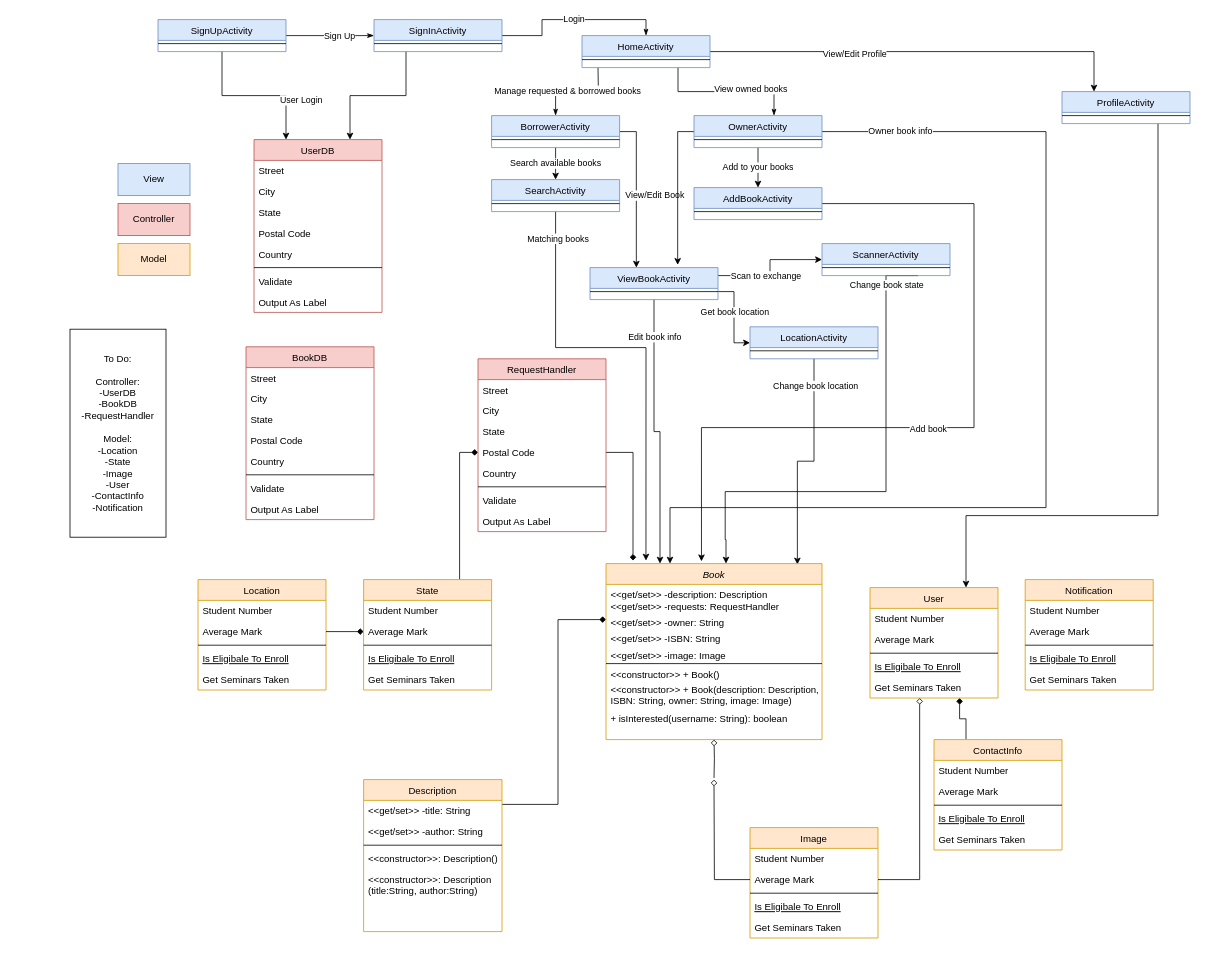
This is doc/BookerUML.drawio from CMPUT301F20T39/Booker, a draw.io file, before an edit. Source tidied: cells renumbered, new cells numbered last; positions are measured from the earlier drawing's top-left corner, leaving out a move shared by most shapes. Both pictures are drawn from the tidied source at 80%, with x=0, y=0 at pixel (70, 19).
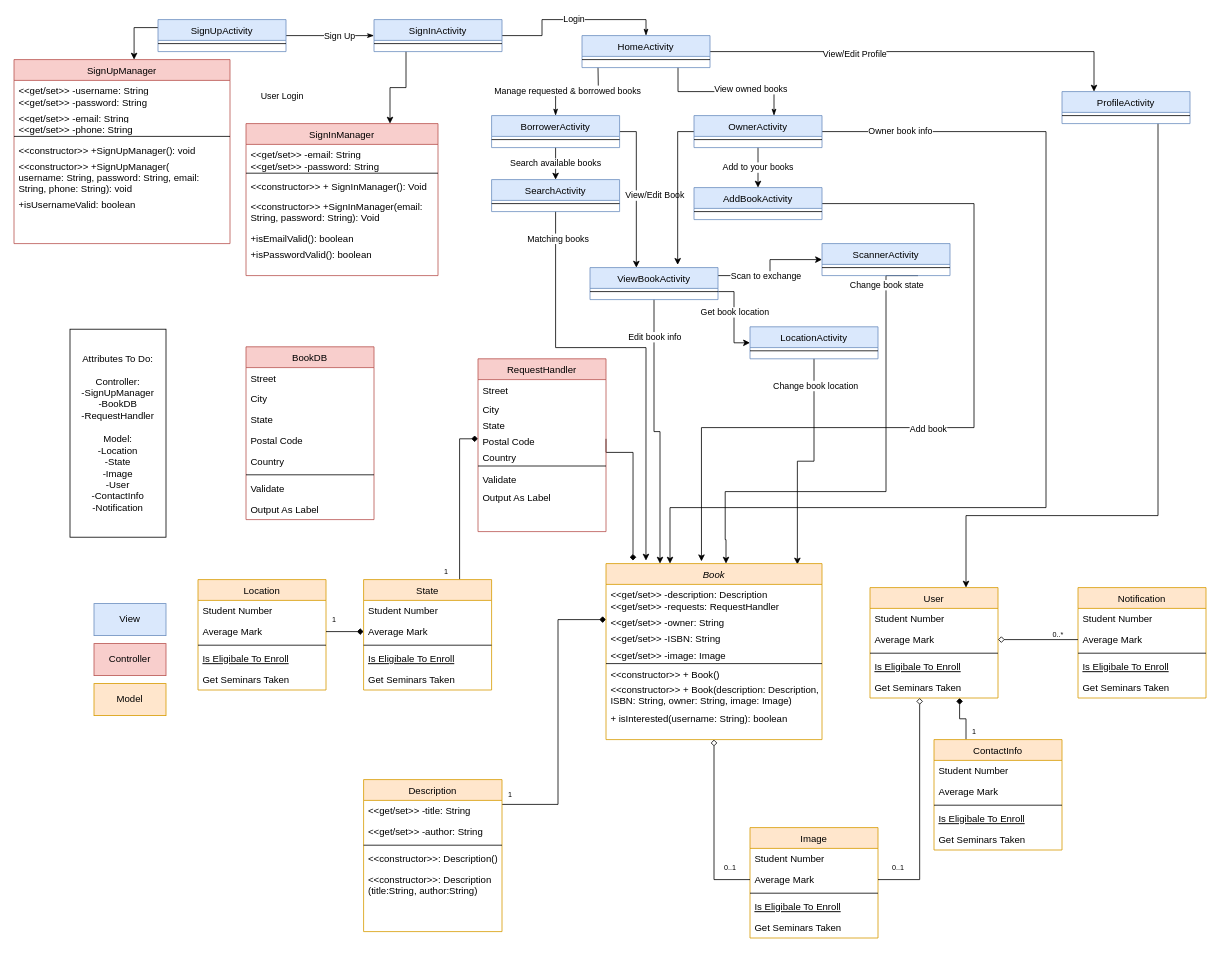
After the change.

The change refers to these unchanged cells:
```xml
<mxCell id="19" value="RequestHandler" style="swimlane;fontStyle=0;align=center;verticalAlign=top;horizontal=1;startSize=26;rounded=0;shadow=0;strokeWidth=1;fillColor=#f8cecc;strokeColor=#b85450;" parent="1" vertex="1">
  <mxGeometry x="510" y="424" width="160" height="216" as="geometry" />
</mxCell>
<mxCell id="52" value="SignUpActivity" style="swimlane;fontStyle=0;align=center;verticalAlign=top;horizontal=1;startSize=26;rounded=0;shadow=0;strokeWidth=1;fillColor=#dae8fc;strokeColor=#6c8ebf;" parent="1" vertex="1">
  <mxGeometry x="110" width="160" height="40" as="geometry" />
</mxCell>
<mxCell id="64" style="edgeStyle=orthogonalEdgeStyle;rounded=0;jettySize=auto;html=1;exitX=0.25;exitY=1;exitDx=0;exitDy=0;entryX=0.75;entryY=0;entryDx=0;entryDy=0;" parent="1" edge="1" source="66" target="136">
  <mxGeometry relative="1" as="geometry" />
</mxCell>
<mxCell id="107" value="Average Mark" style="text;align=left;verticalAlign=top;spacingLeft=4;spacingRight=4;overflow=hidden;points=[[0,0.5],[1,0.5]];portConstraint=eastwest;rounded=0;shadow=0;html=0;" parent="105" vertex="1">
  <mxGeometry y="52" width="160" height="26" as="geometry" />
</mxCell>
<mxCell id="113" value="Average Mark" style="text;align=left;verticalAlign=top;spacingLeft=4;spacingRight=4;overflow=hidden;points=[[0,0.5],[1,0.5]];portConstraint=eastwest;rounded=0;shadow=0;html=0;" parent="111" vertex="1">
  <mxGeometry y="52" width="160" height="26" as="geometry" />
</mxCell>
<mxCell id="117" value="Book" style="swimlane;fontStyle=2;align=center;verticalAlign=top;horizontal=1;startSize=26;rounded=0;shadow=0;strokeWidth=1;fillColor=#ffe6cc;strokeColor=#d79b00;" parent="1" vertex="1">
  <mxGeometry x="670" y="680" width="270" height="220" as="geometry" />
</mxCell>
```

Change to the diagram source:
```diff
@@
     <mxCell id="20" value="Street" style="text;align=left;verticalAlign=top;spacingLeft=4;spacingRight=4;overflow=hidden;" parent="19" vertex="1">
-      <mxGeometry y="26" width="160" height="26" as="geometry" />
+      <mxGeometry y="26" width="160" height="24" as="geometry" />
     </mxCell>
     <mxCell id="21" value="City" style="text;align=left;verticalAlign=top;spacingLeft=4;spacingRight=4;overflow=hidden;rounded=0;shadow=0;html=0;" parent="19" vertex="1">
-      <mxGeometry y="52" width="160" height="26" as="geometry" />
+      <mxGeometry y="50" width="160" height="20" as="geometry" />
     </mxCell>
     <mxCell id="22" value="State" style="text;align=left;verticalAlign=top;spacingLeft=4;spacingRight=4;overflow=hidden;rounded=0;shadow=0;html=0;" parent="19" vertex="1">
-      <mxGeometry y="78" width="160" height="26" as="geometry" />
+      <mxGeometry y="70" width="160" height="20" as="geometry" />
     </mxCell>
     <mxCell id="23" value="Postal Code" style="text;align=left;verticalAlign=top;spacingLeft=4;spacingRight=4;overflow=hidden;points=[[0,0.5],[1,0.5]];portConstraint=eastwest;rounded=0;shadow=0;html=0;" parent="19" vertex="1">
-      <mxGeometry y="104" width="160" height="26" as="geometry" />
+      <mxGeometry y="90" width="160" height="20" as="geometry" />
     </mxCell>
     <mxCell id="24" value="Country" style="text;align=left;verticalAlign=top;spacingLeft=4;spacingRight=4;overflow=hidden;rounded=0;shadow=0;html=0;" parent="19" vertex="1">
-      <mxGeometry y="130" width="160" height="26" as="geometry" />
+      <mxGeometry y="110" width="160" height="20" as="geometry" />
     </mxCell>
     <mxCell id="25" style="line;html=1;strokeWidth=1;align=left;verticalAlign=middle;spacingTop=-1;spacingLeft=3;spacingRight=3;labelPosition=right;" parent="19" vertex="1">
-      <mxGeometry y="156" width="160" height="8" as="geometry" />
+      <mxGeometry y="130" width="160" height="8" as="geometry" />
     </mxCell>
     <mxCell id="26" value="Validate" style="text;align=left;verticalAlign=top;spacingLeft=4;spacingRight=4;overflow=hidden;" parent="19" vertex="1">
-      <mxGeometry y="164" width="160" height="26" as="geometry" />
+      <mxGeometry y="138" width="160" height="22" as="geometry" />
     </mxCell>
     <mxCell id="27" value="Output As Label" style="text;align=left;verticalAlign=top;spacingLeft=4;spacingRight=4;overflow=hidden;" parent="19" vertex="1">
-      <mxGeometry y="190" width="160" height="26" as="geometry" />
+      <mxGeometry y="160" width="160" height="20" as="geometry" />
     </mxCell>
@@
-    <mxCell id="34" value="Notification" style="swimlane;fontStyle=0;align=center;verticalAlign=top;horizontal=1;startSize=26;rounded=0;shadow=0;strokeWidth=1;fillColor=#ffe6cc;strokeColor=#d79b00;" parent="1" vertex="1">
-      <mxGeometry x="1194" y="700" width="160" height="138" as="geometry" />
-    </mxCell>
-    <mxCell id="35" value="Student Number" style="text;align=left;verticalAlign=top;spacingLeft=4;spacingRight=4;overflow=hidden;" parent="34" vertex="1">
-      <mxGeometry y="26" width="160" height="26" as="geometry" />
-    </mxCell>
-    <mxCell id="36" value="Average Mark" style="text;align=left;verticalAlign=top;spacingLeft=4;spacingRight=4;overflow=hidden;points=[[0,0.5],[1,0.5]];portConstraint=eastwest;rounded=0;shadow=0;html=0;" parent="34" vertex="1">
-      <mxGeometry y="52" width="160" height="26" as="geometry" />
-    </mxCell>
-    <mxCell id="37" style="line;html=1;strokeWidth=1;align=left;verticalAlign=middle;spacingTop=-1;spacingLeft=3;spacingRight=3;labelPosition=right;" parent="34" vertex="1">
-      <mxGeometry y="78" width="160" height="8" as="geometry" />
-    </mxCell>
-    <mxCell id="38" value="Is Eligibale To Enroll" style="text;align=left;verticalAlign=top;spacingLeft=4;spacingRight=4;overflow=hidden;fontStyle=4;" parent="34" vertex="1">
-      <mxGeometry y="86" width="160" height="26" as="geometry" />
-    </mxCell>
-    <mxCell id="39" value="Get Seminars Taken" style="text;align=left;verticalAlign=top;spacingLeft=4;spacingRight=4;overflow=hidden;" parent="34" vertex="1">
-      <mxGeometry y="112" width="160" height="26" as="geometry" />
-    </mxCell>
@@
-    <mxCell id="51" style="edgeStyle=orthogonalEdgeStyle;rounded=0;jettySize=auto;html=1;exitX=0.5;exitY=1;exitDx=0;exitDy=0;entryX=0.25;entryY=0;entryDx=0;entryDy=0;" parent="1" edge="1" source="52" target="136">
+    <mxCell id="51" style="edgeStyle=orthogonalEdgeStyle;rounded=0;jettySize=auto;html=1;exitX=0;exitY=0.25;exitDx=0;exitDy=0;entryX=0.556;entryY=0;entryDx=0;entryDy=0;entryPerimeter=0;" parent="1" edge="1" source="52" target="159">
       <mxGeometry relative="1" as="geometry" />
     </mxCell>
@@
     <mxCell id="65" value="User Login" style="edgeLabel;html=1;align=center;verticalAlign=middle;" parent="64" vertex="1">
       <mxGeometry x="0.26" relative="1" as="geometry">
-        <mxPoint x="-74" y="5" as="offset" />
+        <mxPoint x="-135.1" y="6.2" as="offset" />
       </mxGeometry>
     </mxCell>
@@
-    <mxCell id="127" style="edgeStyle=orthogonalEdgeStyle;rounded=0;jettySize=auto;html=1;entryX=0.5;entryY=1;entryDx=0;entryDy=0;endArrow=diamond;endFill=0;" parent="117" edge="1" target="117">
-      <mxGeometry relative="1" as="geometry">
-        <mxPoint x="135" y="268" as="sourcePoint" />
-      </mxGeometry>
-    </mxCell>
@@
-    <mxCell id="129" style="edgeStyle=orthogonalEdgeStyle;rounded=0;jettySize=auto;html=1;exitX=0;exitY=0.5;exitDx=0;exitDy=0;endArrow=diamond;endFill=0;" parent="1" edge="1" source="107">
-      <mxGeometry relative="1" as="geometry">
-        <mxPoint x="805" y="950" as="targetPoint" />
-      </mxGeometry>
+    <mxCell id="129" style="edgeStyle=orthogonalEdgeStyle;rounded=0;jettySize=auto;html=1;exitX=0;exitY=0.5;exitDx=0;exitDy=0;endArrow=diamond;endFill=0;entryX=0.5;entryY=1;entryDx=0;entryDy=0;" parent="1" edge="1" source="107" target="117">
+      <mxGeometry relative="1" as="geometry" />
     </mxCell>
@@
-    <mxCell id="136" value="UserDB" style="swimlane;fontStyle=0;align=center;verticalAlign=top;horizontal=1;startSize=26;rounded=0;shadow=0;strokeWidth=1;fillColor=#f8cecc;strokeColor=#b85450;" parent="1" vertex="1">
-      <mxGeometry x="230" y="150" width="160" height="216" as="geometry" />
-    </mxCell>
-    <mxCell id="137" value="Street" style="text;align=left;verticalAlign=top;spacingLeft=4;spacingRight=4;overflow=hidden;" parent="136" vertex="1">
-      <mxGeometry y="26" width="160" height="26" as="geometry" />
-    </mxCell>
-    <mxCell id="138" value="City" style="text;align=left;verticalAlign=top;spacingLeft=4;spacingRight=4;overflow=hidden;rounded=0;shadow=0;html=0;" parent="136" vertex="1">
-      <mxGeometry y="52" width="160" height="26" as="geometry" />
-    </mxCell>
-    <mxCell id="139" value="State" style="text;align=left;verticalAlign=top;spacingLeft=4;spacingRight=4;overflow=hidden;rounded=0;shadow=0;html=0;" parent="136" vertex="1">
-      <mxGeometry y="78" width="160" height="26" as="geometry" />
-    </mxCell>
-    <mxCell id="140" value="Postal Code" style="text;align=left;verticalAlign=top;spacingLeft=4;spacingRight=4;overflow=hidden;rounded=0;shadow=0;html=0;" parent="136" vertex="1">
-      <mxGeometry y="104" width="160" height="26" as="geometry" />
-    </mxCell>
-    <mxCell id="141" value="Country" style="text;align=left;verticalAlign=top;spacingLeft=4;spacingRight=4;overflow=hidden;rounded=0;shadow=0;html=0;" parent="136" vertex="1">
-      <mxGeometry y="130" width="160" height="26" as="geometry" />
-    </mxCell>
-    <mxCell id="142" style="line;html=1;strokeWidth=1;align=left;verticalAlign=middle;spacingTop=-1;spacingLeft=3;spacingRight=3;labelPosition=right;" parent="136" vertex="1">
-      <mxGeometry y="156" width="160" height="8" as="geometry" />
-    </mxCell>
-    <mxCell id="143" value="Validate" style="text;align=left;verticalAlign=top;spacingLeft=4;spacingRight=4;overflow=hidden;" parent="136" vertex="1">
-      <mxGeometry y="164" width="160" height="26" as="geometry" />
-    </mxCell>
-    <mxCell id="144" value="Output As Label" style="text;align=left;verticalAlign=top;spacingLeft=4;spacingRight=4;overflow=hidden;" parent="136" vertex="1">
-      <mxGeometry y="190" width="160" height="26" as="geometry" />
-    </mxCell>
     <mxCell id="145" value="Model" style="whiteSpace=wrap;html=1;fillColor=#ffe6cc;strokeColor=#d79b00;" parent="1" vertex="1">
-      <mxGeometry x="60" y="280" width="90" height="40" as="geometry" />
+      <mxGeometry x="30" y="830" width="90" height="40" as="geometry" />
     </mxCell>
     <mxCell id="146" value="View" style="whiteSpace=wrap;html=1;fillColor=#dae8fc;strokeColor=#6c8ebf;" parent="1" vertex="1">
-      <mxGeometry x="60" y="180" width="90" height="40" as="geometry" />
+      <mxGeometry x="30" y="730" width="90" height="40" as="geometry" />
     </mxCell>
     <mxCell id="147" value="Controller" style="whiteSpace=wrap;html=1;fillColor=#f8cecc;strokeColor=#b85450;" parent="1" vertex="1">
-      <mxGeometry x="60" y="230" width="90" height="40" as="geometry" />
+      <mxGeometry x="30" y="780" width="90" height="40" as="geometry" />
     </mxCell>
-    <mxCell id="148" value="To Do:&lt;br&gt;&lt;br&gt;Controller:&lt;br&gt;-UserDB&lt;br&gt;-BookDB&lt;br&gt;-RequestHandler&lt;br&gt;&lt;br&gt;Model:&lt;br&gt;-Location&lt;br&gt;-State&lt;br&gt;-Image&lt;br&gt;-User&lt;br&gt;-ContactInfo&lt;br&gt;-Notification" style="whiteSpace=wrap;html=1;" parent="1" vertex="1">
+    <mxCell id="148" value="Attributes To Do:&lt;br&gt;&lt;br&gt;Controller:&lt;br&gt;-SignUpManager&lt;br&gt;-BookDB&lt;br&gt;-RequestHandler&lt;br&gt;&lt;br&gt;Model:&lt;br&gt;-Location&lt;br&gt;-State&lt;br&gt;-Image&lt;br&gt;-User&lt;br&gt;-ContactInfo&lt;br&gt;-Notification" style="whiteSpace=wrap;html=1;" parent="1" vertex="1">
       <mxGeometry y="387" width="120" height="260" as="geometry" />
     </mxCell>
+    <mxCell id="149" value="0..1" style="text;html=1;align=center;verticalAlign=middle;fontSize=9;" parent="1" vertex="1">
+      <mxGeometry x="810" y="1050" width="30" height="20" as="geometry" />
+    </mxCell>
+    <mxCell id="150" value="0..1" style="text;html=1;align=center;verticalAlign=middle;fontSize=9;" parent="1" vertex="1">
+      <mxGeometry x="1020" y="1050" width="30" height="20" as="geometry" />
+    </mxCell>
+    <mxCell id="151" value="1" style="text;html=1;align=center;verticalAlign=middle;fontSize=9;" parent="1" vertex="1">
+      <mxGeometry x="1120" y="880" width="20" height="20" as="geometry" />
+    </mxCell>
+    <mxCell id="152" value="1" style="text;html=1;align=center;verticalAlign=middle;fontSize=9;" parent="1" vertex="1">
+      <mxGeometry x="460" y="680" width="20" height="20" as="geometry" />
+    </mxCell>
+    <mxCell id="153" value="1" style="text;html=1;align=center;verticalAlign=middle;fontSize=9;" parent="1" vertex="1">
+      <mxGeometry x="320" y="740" width="20" height="20" as="geometry" />
+    </mxCell>
+    <mxCell id="154" value="1" style="text;html=1;align=center;verticalAlign=middle;fontSize=9;" parent="1" vertex="1">
+      <mxGeometry x="540" y="959" width="20" height="20" as="geometry" />
+    </mxCell>
+    <mxCell id="34" value="Notification" style="swimlane;fontStyle=0;align=center;verticalAlign=top;horizontal=1;startSize=26;rounded=0;shadow=0;strokeWidth=1;fillColor=#ffe6cc;strokeColor=#d79b00;" parent="1" vertex="1">
+      <mxGeometry x="1260" y="710" width="160" height="138" as="geometry" />
+    </mxCell>
+    <mxCell id="35" value="Student Number" style="text;align=left;verticalAlign=top;spacingLeft=4;spacingRight=4;overflow=hidden;" parent="34" vertex="1">
+      <mxGeometry y="26" width="160" height="26" as="geometry" />
+    </mxCell>
+    <mxCell id="36" value="Average Mark" style="text;align=left;verticalAlign=top;spacingLeft=4;spacingRight=4;overflow=hidden;points=[[0,0.5],[1,0.5]];portConstraint=eastwest;rounded=0;shadow=0;html=0;" parent="34" vertex="1">
+      <mxGeometry y="52" width="160" height="26" as="geometry" />
+    </mxCell>
+    <mxCell id="37" style="line;html=1;strokeWidth=1;align=left;verticalAlign=middle;spacingTop=-1;spacingLeft=3;spacingRight=3;labelPosition=right;" parent="34" vertex="1">
+      <mxGeometry y="78" width="160" height="8" as="geometry" />
+    </mxCell>
+    <mxCell id="38" value="Is Eligibale To Enroll" style="text;align=left;verticalAlign=top;spacingLeft=4;spacingRight=4;overflow=hidden;fontStyle=4;" parent="34" vertex="1">
+      <mxGeometry y="86" width="160" height="26" as="geometry" />
+    </mxCell>
+    <mxCell id="39" value="Get Seminars Taken" style="text;align=left;verticalAlign=top;spacingLeft=4;spacingRight=4;overflow=hidden;" parent="34" vertex="1">
+      <mxGeometry y="112" width="160" height="26" as="geometry" />
+    </mxCell>
+    <mxCell id="155" style="edgeStyle=orthogonalEdgeStyle;rounded=0;jettySize=auto;html=1;exitX=0;exitY=0.5;exitDx=0;exitDy=0;entryX=1;entryY=0.5;entryDx=0;entryDy=0;endArrow=diamond;endFill=0;fontSize=9;" parent="1" edge="1" source="36" target="113">
+      <mxGeometry relative="1" as="geometry" />
+    </mxCell>
+    <mxCell id="156" value="0..*" style="text;html=1;align=center;verticalAlign=middle;fontSize=9;" parent="1" vertex="1">
+      <mxGeometry x="1220" y="759" width="30" height="20" as="geometry" />
+    </mxCell>
+    <mxCell id="136" value="SignInManager" style="swimlane;fontStyle=0;align=center;verticalAlign=top;horizontal=1;startSize=26;rounded=0;shadow=0;strokeWidth=1;fillColor=#f8cecc;strokeColor=#b85450;" parent="1" vertex="1">
+      <mxGeometry x="220" y="130" width="240" height="190" as="geometry" />
+    </mxCell>
+    <mxCell id="137" value="&lt;&lt;get/set&gt;&gt; -email: String" style="text;align=left;verticalAlign=top;spacingLeft=4;spacingRight=4;overflow=hidden;" parent="136" vertex="1">
+      <mxGeometry y="26" width="240" height="14" as="geometry" />
+    </mxCell>
+    <mxCell id="138" value="&lt;&lt;get/set&gt;&gt; -password: String" style="text;align=left;verticalAlign=top;spacingLeft=4;spacingRight=4;overflow=hidden;rounded=0;shadow=0;html=0;" parent="136" vertex="1">
+      <mxGeometry y="40" width="240" height="18" as="geometry" />
+    </mxCell>
+    <mxCell id="142" style="line;html=1;strokeWidth=1;align=left;verticalAlign=middle;spacingTop=-1;spacingLeft=3;spacingRight=3;labelPosition=right;" parent="136" vertex="1">
+      <mxGeometry y="58" width="240" height="8" as="geometry" />
+    </mxCell>
+    <mxCell id="143" value="&lt;&lt;constructor&gt;&gt; + SignInManager(): Void" style="text;align=left;verticalAlign=top;spacingLeft=4;spacingRight=4;overflow=hidden;" parent="136" vertex="1">
+      <mxGeometry y="66" width="240" height="24" as="geometry" />
+    </mxCell>
+    <mxCell id="144" value="&lt;&lt;constructor&gt;&gt; +SignInManager(email: &#10;String, password: String): Void" style="text;align=left;verticalAlign=top;spacingLeft=4;spacingRight=4;overflow=hidden;" parent="136" vertex="1">
+      <mxGeometry y="90" width="240" height="40" as="geometry" />
+    </mxCell>
+    <mxCell id="157" value="+isEmailValid(): boolean" style="text;align=left;verticalAlign=top;spacingLeft=4;spacingRight=4;overflow=hidden;" parent="136" vertex="1">
+      <mxGeometry y="130" width="240" height="20" as="geometry" />
+    </mxCell>
+    <mxCell id="158" value="+isPasswordValid(): boolean" style="text;align=left;verticalAlign=top;spacingLeft=4;spacingRight=4;overflow=hidden;" parent="136" vertex="1">
+      <mxGeometry y="150" width="240" height="20" as="geometry" />
+    </mxCell>
+    <mxCell id="159" value="SignUpManager" style="swimlane;fontStyle=0;align=center;verticalAlign=top;horizontal=1;startSize=26;rounded=0;shadow=0;strokeWidth=1;fillColor=#f8cecc;strokeColor=#b85450;" parent="1" vertex="1">
+      <mxGeometry x="-70" y="50" width="270" height="230" as="geometry" />
+    </mxCell>
+    <mxCell id="160" value="&lt;&lt;get/set&gt;&gt; -username: String" style="text;align=left;verticalAlign=top;spacingLeft=4;spacingRight=4;overflow=hidden;rounded=0;shadow=0;html=0;" parent="159" vertex="1">
+      <mxGeometry y="26" width="270" height="14" as="geometry" />
+    </mxCell>
+    <mxCell id="161" value="&lt;&lt;get/set&gt;&gt; -password: String" style="text;align=left;verticalAlign=top;spacingLeft=4;spacingRight=4;overflow=hidden;rounded=0;shadow=0;html=0;" parent="159" vertex="1">
+      <mxGeometry y="40" width="270" height="20" as="geometry" />
+    </mxCell>
+    <mxCell id="162" value="&lt;&lt;get/set&gt;&gt; -email: String" style="text;align=left;verticalAlign=top;spacingLeft=4;spacingRight=4;overflow=hidden;" parent="159" vertex="1">
+      <mxGeometry y="60" width="270" height="14" as="geometry" />
+    </mxCell>
+    <mxCell id="163" value="&lt;&lt;get/set&gt;&gt; -phone: String" style="text;align=left;verticalAlign=top;spacingLeft=4;spacingRight=4;overflow=hidden;rounded=0;shadow=0;html=0;" parent="159" vertex="1">
+      <mxGeometry y="74" width="270" height="18" as="geometry" />
+    </mxCell>
+    <mxCell id="164" style="line;html=1;strokeWidth=1;align=left;verticalAlign=middle;spacingTop=-1;spacingLeft=3;spacingRight=3;labelPosition=right;" parent="159" vertex="1">
+      <mxGeometry y="92" width="270" height="8" as="geometry" />
+    </mxCell>
+    <mxCell id="165" value="&lt;&lt;constructor&gt;&gt; +SignUpManager(): void" style="text;align=left;verticalAlign=top;spacingLeft=4;spacingRight=4;overflow=hidden;" parent="159" vertex="1">
+      <mxGeometry y="100" width="270" height="20" as="geometry" />
+    </mxCell>
+    <mxCell id="166" value="&lt;&lt;constructor&gt;&gt; +SignUpManager(&#10;username: String, password: String, email: &#10;String, phone: String): void" style="text;align=left;verticalAlign=top;spacingLeft=4;spacingRight=4;overflow=hidden;" parent="159" vertex="1">
+      <mxGeometry y="120" width="270" height="48" as="geometry" />
+    </mxCell>
+    <mxCell id="167" value="+isUsernameValid: boolean" style="text;align=left;verticalAlign=top;spacingLeft=4;spacingRight=4;overflow=hidden;" parent="159" vertex="1">
+      <mxGeometry y="168" width="270" height="22" as="geometry" />
+    </mxCell>
```
